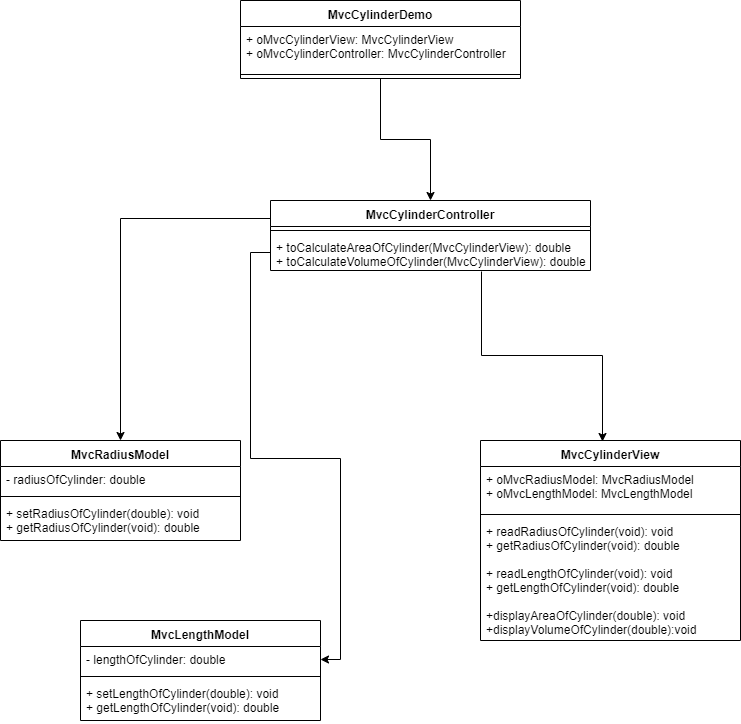
Earlier version of the draw.io export VolumeOfCylinder/UML_Cylinder.png (learning-prog/JavaMVC). Source tidied: cells renumbered, new cells last; positions are measured from the earlier drawing's top-left corner, leaving out a move shared by most shapes.
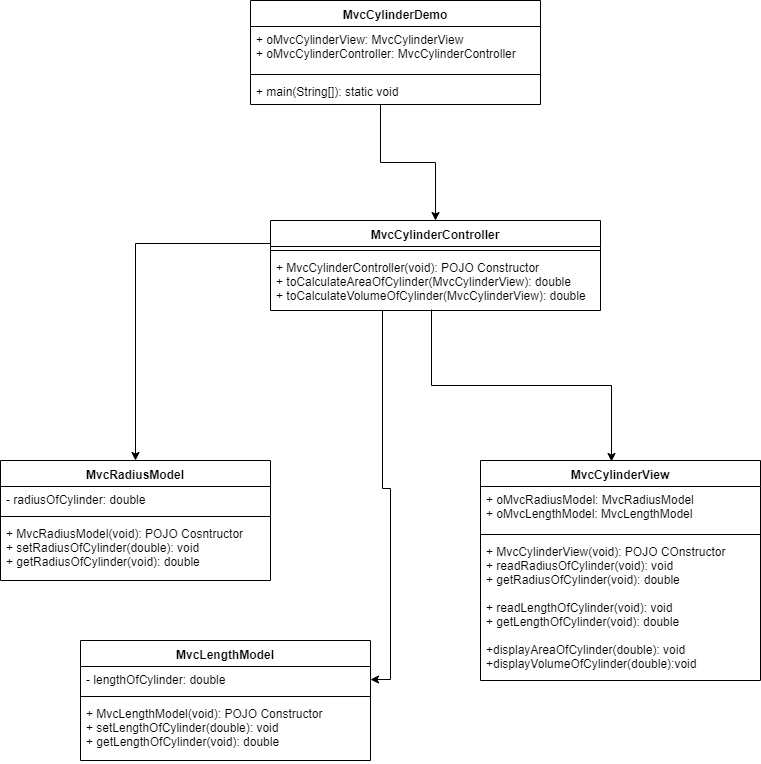
The same diagram one commit later.

Commit message:
updated with POJO constructor implementation

The edit, as a diff of the source:
```diff
@@ -3,70 +3,73 @@
     <mxCell id="0" />
     <mxCell id="1" parent="0" />
     <mxCell id="2" value="MvcCylinderController" style="swimlane;fontStyle=1;align=center;verticalAlign=top;horizontal=1;startSize=26;" parent="1" vertex="1">
-      <mxGeometry x="270" y="200" width="320" height="70" as="geometry" />
+      <mxGeometry x="270" y="200" width="330" height="90" as="geometry" />
     </mxCell>
     <mxCell id="3" style="line;strokeWidth=1;fillColor=none;align=left;verticalAlign=middle;spacingTop=-1;spacingLeft=3;spacingRight=3;labelPosition=right;" parent="2" vertex="1">
-      <mxGeometry y="26" width="320" height="8" as="geometry" />
+      <mxGeometry y="26" width="330" height="8" as="geometry" />
     </mxCell>
-    <mxCell id="4" value="+ toCalculateAreaOfCylinder(MvcCylinderView): double&#10;+ toCalculateVolumeOfCylinder(MvcCylinderView): double" style="text;strokeColor=none;fillColor=none;align=left;verticalAlign=top;spacingLeft=4;spacingRight=4;overflow=hidden;points=[[0,0.5],[1,0.5]];portConstraint=eastwest;" parent="2" vertex="1">
-      <mxGeometry y="34" width="320" height="36" as="geometry" />
+    <mxCell id="4" value="+ MvcCylinderController(void): POJO Constructor&#10;+ toCalculateAreaOfCylinder(MvcCylinderView): double&#10;+ toCalculateVolumeOfCylinder(MvcCylinderView): double" style="text;strokeColor=none;fillColor=none;align=left;verticalAlign=top;spacingLeft=4;spacingRight=4;overflow=hidden;points=[[0,0.5],[1,0.5]];portConstraint=eastwest;" parent="2" vertex="1">
+      <mxGeometry y="34" width="330" height="56" as="geometry" />
     </mxCell>
     <mxCell id="5" value="MvcRadiusModel" style="swimlane;fontStyle=1;align=center;verticalAlign=top;horizontal=1;startSize=26;" parent="1" vertex="1">
-      <mxGeometry y="440" width="240" height="100" as="geometry" />
+      <mxGeometry y="440" width="270" height="120" as="geometry" />
     </mxCell>
     <mxCell id="6" value="- radiusOfCylinder: double" style="text;strokeColor=none;fillColor=none;align=left;verticalAlign=top;spacingLeft=4;spacingRight=4;overflow=hidden;" parent="5" vertex="1">
-      <mxGeometry y="26" width="240" height="26" as="geometry" />
+      <mxGeometry y="26" width="270" height="26" as="geometry" />
     </mxCell>
     <mxCell id="7" style="line;strokeWidth=1;fillColor=none;align=left;verticalAlign=middle;spacingTop=-1;spacingLeft=3;spacingRight=3;labelPosition=right;" parent="5" vertex="1">
-      <mxGeometry y="52" width="240" height="8" as="geometry" />
+      <mxGeometry y="52" width="270" height="8" as="geometry" />
     </mxCell>
-    <mxCell id="8" value="+ setRadiusOfCylinder(double): void&#10;+ getRadiusOfCylinder(void): double" style="text;strokeColor=none;fillColor=none;align=left;verticalAlign=top;spacingLeft=4;spacingRight=4;overflow=hidden;" parent="5" vertex="1">
-      <mxGeometry y="60" width="240" height="40" as="geometry" />
+    <mxCell id="8" value="+ MvcRadiusModel(void): POJO Cosntructor&#10;+ setRadiusOfCylinder(double): void&#10;+ getRadiusOfCylinder(void): double" style="text;strokeColor=none;fillColor=none;align=left;verticalAlign=top;spacingLeft=4;spacingRight=4;overflow=hidden;" parent="5" vertex="1">
+      <mxGeometry y="60" width="270" height="60" as="geometry" />
     </mxCell>
     <mxCell id="9" value="MvcCylinderView" style="swimlane;fontStyle=1;align=center;verticalAlign=top;horizontal=1;startSize=26;" parent="1" vertex="1">
-      <mxGeometry x="480" y="440" width="260" height="200" as="geometry" />
+      <mxGeometry x="480" y="440" width="280" height="220" as="geometry" />
     </mxCell>
     <mxCell id="10" value="+ oMvcRadiusModel: MvcRadiusModel&#10;+ oMvcLengthModel: MvcLengthModel" style="text;strokeColor=none;fillColor=none;align=left;verticalAlign=top;spacingLeft=4;spacingRight=4;overflow=hidden;" parent="9" vertex="1">
-      <mxGeometry y="26" width="260" height="44" as="geometry" />
+      <mxGeometry y="26" width="280" height="44" as="geometry" />
     </mxCell>
     <mxCell id="11" style="line;strokeWidth=1;fillColor=none;align=left;verticalAlign=middle;spacingTop=-1;spacingLeft=3;spacingRight=3;labelPosition=right;" parent="9" vertex="1">
-      <mxGeometry y="70" width="260" height="8" as="geometry" />
+      <mxGeometry y="70" width="280" height="8" as="geometry" />
     </mxCell>
-    <mxCell id="12" value="+ readRadiusOfCylinder(void): void&#10;+ getRadiusOfCylinder(void): double&#10;&#10;+ readLengthOfCylinder(void): void&#10;+ getLengthOfCylinder(void): double&#10;&#10;+displayAreaOfCylinder(double): void&#10;+displayVolumeOfCylinder(double):void" style="text;strokeColor=none;fillColor=none;align=left;verticalAlign=top;spacingLeft=4;spacingRight=4;overflow=hidden;" parent="9" vertex="1">
-      <mxGeometry y="78" width="260" height="122" as="geometry" />
+    <mxCell id="12" value="+ MvcCylinderView(void): POJO COnstructor&#10;+ readRadiusOfCylinder(void): void&#10;+ getRadiusOfCylinder(void): double&#10;&#10;+ readLengthOfCylinder(void): void&#10;+ getLengthOfCylinder(void): double&#10;&#10;+displayAreaOfCylinder(double): void&#10;+displayVolumeOfCylinder(double):void" style="text;strokeColor=none;fillColor=none;align=left;verticalAlign=top;spacingLeft=4;spacingRight=4;overflow=hidden;" parent="9" vertex="1">
+      <mxGeometry y="78" width="280" height="142" as="geometry" />
     </mxCell>
     <mxCell id="13" value="MvcLengthModel" style="swimlane;fontStyle=1;align=center;verticalAlign=top;horizontal=1;startSize=26;" parent="1" vertex="1">
-      <mxGeometry x="80" y="620" width="240" height="100" as="geometry" />
+      <mxGeometry x="80" y="620" width="290" height="120" as="geometry" />
     </mxCell>
     <mxCell id="14" value="- lengthOfCylinder: double" style="text;strokeColor=none;fillColor=none;align=left;verticalAlign=top;spacingLeft=4;spacingRight=4;overflow=hidden;points=[[0,0.5],[1,0.5]];portConstraint=eastwest;" parent="13" vertex="1">
-      <mxGeometry y="26" width="240" height="26" as="geometry" />
+      <mxGeometry y="26" width="290" height="26" as="geometry" />
     </mxCell>
     <mxCell id="15" style="line;strokeWidth=1;fillColor=none;align=left;verticalAlign=middle;spacingTop=-1;spacingLeft=3;spacingRight=3;labelPosition=right;" parent="13" vertex="1">
-      <mxGeometry y="52" width="240" height="8" as="geometry" />
+      <mxGeometry y="52" width="290" height="8" as="geometry" />
     </mxCell>
-    <mxCell id="16" value="+ setLengthOfCylinder(double): void&#10;+ getLengthOfCylinder(void): double" style="text;strokeColor=none;fillColor=none;align=left;verticalAlign=top;spacingLeft=4;spacingRight=4;overflow=hidden;" parent="13" vertex="1">
-      <mxGeometry y="60" width="240" height="40" as="geometry" />
+    <mxCell id="16" value="+ MvcLengthModel(void): POJO Constructor&#10;+ setLengthOfCylinder(double): void&#10;+ getLengthOfCylinder(void): double" style="text;strokeColor=none;fillColor=none;align=left;verticalAlign=top;spacingLeft=4;spacingRight=4;overflow=hidden;" parent="13" vertex="1">
+      <mxGeometry y="60" width="290" height="60" as="geometry" />
     </mxCell>
     <mxCell id="17" style="edgeStyle=orthogonalEdgeStyle;rounded=0;jettySize=auto;html=1;entryX=0.5;entryY=0;entryDx=0;entryDy=0;exitX=0;exitY=0.25;exitDx=0;exitDy=0;" parent="1" edge="1" source="2" target="5">
       <mxGeometry relative="1" as="geometry" />
     </mxCell>
-    <mxCell id="18" style="edgeStyle=orthogonalEdgeStyle;rounded=0;jettySize=auto;html=1;entryX=1;entryY=0.5;entryDx=0;entryDy=0;" parent="1" edge="1" source="4" target="14">
+    <mxCell id="18" style="edgeStyle=orthogonalEdgeStyle;rounded=0;jettySize=auto;html=1;entryX=1;entryY=0.5;entryDx=0;entryDy=0;exitX=0.339;exitY=1;exitDx=0;exitDy=0;exitPerimeter=0;" parent="1" edge="1" source="4" target="14">
       <mxGeometry relative="1" as="geometry" />
     </mxCell>
-    <mxCell id="19" style="edgeStyle=orthogonalEdgeStyle;rounded=0;jettySize=auto;html=1;entryX=0.469;entryY=0.006;entryDx=0;entryDy=0;entryPerimeter=0;exitX=0.659;exitY=1.028;exitDx=0;exitDy=0;exitPerimeter=0;" parent="1" edge="1" source="4" target="9">
+    <mxCell id="19" style="edgeStyle=orthogonalEdgeStyle;rounded=0;jettySize=auto;html=1;entryX=0.469;entryY=0.006;entryDx=0;entryDy=0;entryPerimeter=0;exitX=0.488;exitY=0.982;exitDx=0;exitDy=0;exitPerimeter=0;" parent="1" edge="1" source="4" target="9">
       <mxGeometry relative="1" as="geometry" />
     </mxCell>
-    <mxCell id="20" style="edgeStyle=orthogonalEdgeStyle;rounded=0;jettySize=auto;html=1;entryX=0.5;entryY=0;entryDx=0;entryDy=0;" parent="1" edge="1" source="21" target="2">
+    <mxCell id="20" style="edgeStyle=orthogonalEdgeStyle;rounded=0;jettySize=auto;html=1;entryX=0.5;entryY=0;entryDx=0;entryDy=0;exitX=0.448;exitY=1;exitDx=0;exitDy=0;exitPerimeter=0;" parent="1" edge="1" source="25" target="2">
       <mxGeometry relative="1" as="geometry" />
     </mxCell>
     <mxCell id="21" value="MvcCylinderDemo" style="swimlane;fontStyle=1;align=center;verticalAlign=top;horizontal=1;startSize=26;" parent="1" vertex="1">
-      <mxGeometry x="240" width="280" height="78" as="geometry" />
+      <mxGeometry x="250" y="-20" width="290" height="104" as="geometry" />
     </mxCell>
     <mxCell id="22" value="+ oMvcCylinderView: MvcCylinderView&#10;+ oMvcCylinderController: MvcCylinderController&#10;" style="text;strokeColor=none;fillColor=none;align=left;verticalAlign=top;spacingLeft=4;spacingRight=4;overflow=hidden;" parent="21" vertex="1">
-      <mxGeometry y="26" width="280" height="44" as="geometry" />
+      <mxGeometry y="26" width="290" height="44" as="geometry" />
     </mxCell>
-    <mxCell id="23" style="line;strokeWidth=1;fillColor=none;align=left;verticalAlign=middle;spacingTop=-1;spacingLeft=3;spacingRight=3;labelPosition=right;" parent="21" vertex="1">
-      <mxGeometry y="70" width="280" height="8" as="geometry" />
-    </mxCell>
+    <mxCell id="24" style="line;strokeWidth=1;fillColor=none;align=left;verticalAlign=middle;spacingTop=-1;spacingLeft=3;spacingRight=3;labelPosition=right;" parent="21" vertex="1">
+      <mxGeometry y="70" width="290" height="8" as="geometry" />
+    </mxCell>
+    <mxCell id="25" value="+ main(String[]): static void" style="text;strokeColor=none;fillColor=none;align=left;verticalAlign=top;spacingLeft=4;spacingRight=4;overflow=hidden;points=[[0,0.5],[1,0.5]];portConstraint=eastwest;" parent="21" vertex="1">
+      <mxGeometry y="78" width="290" height="26" as="geometry" />
+    </mxCell>
   </root>
 </mxGraphModel>
```
